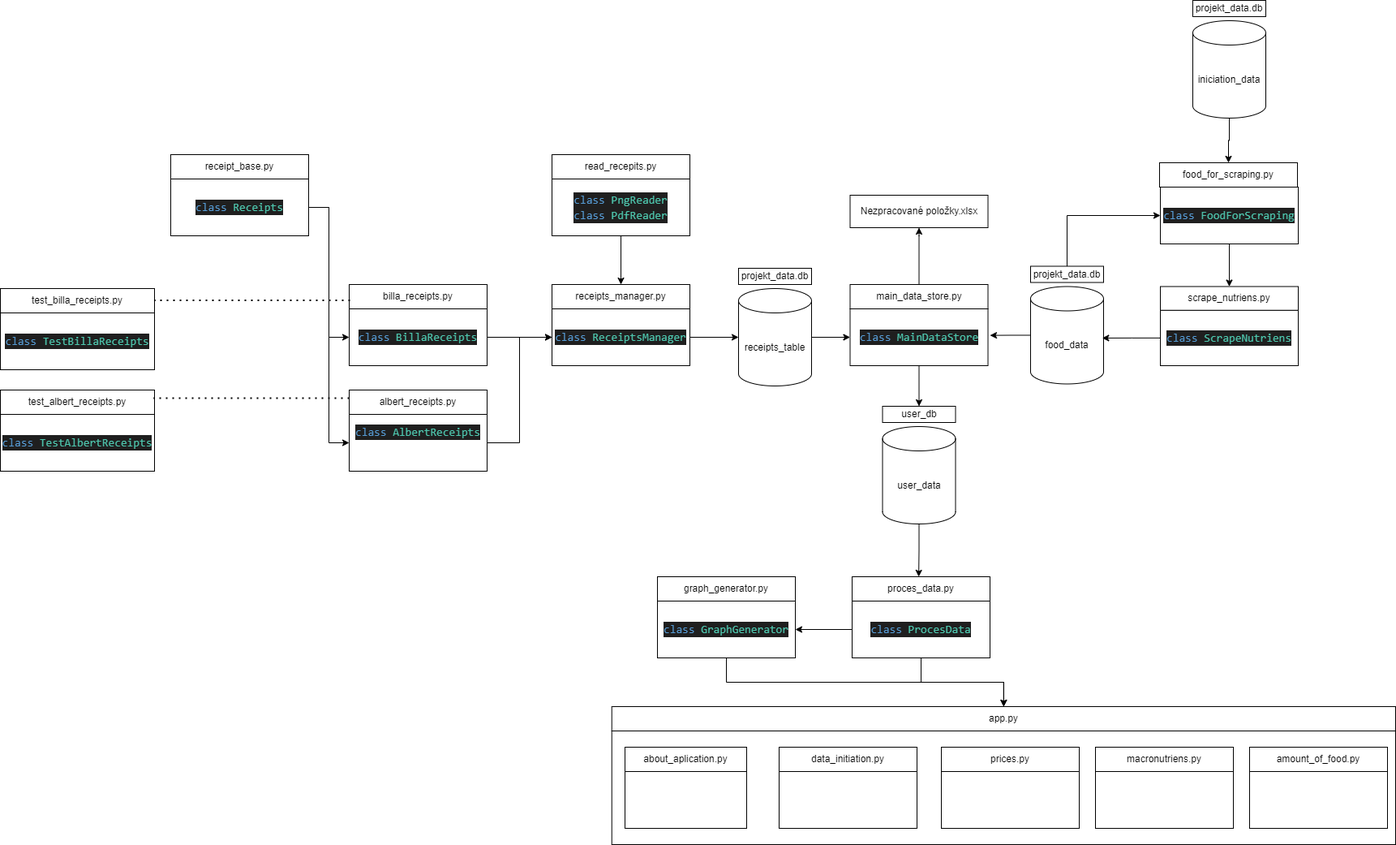
The draw.io diagram architecture/architecture.png in DavidProthon/ReceiptNutriTracker, before a commit. Source tidied: cells renumbered, new cells last; positions are measured from the earlier drawing's top-left corner, leaving out a move shared by most shapes.
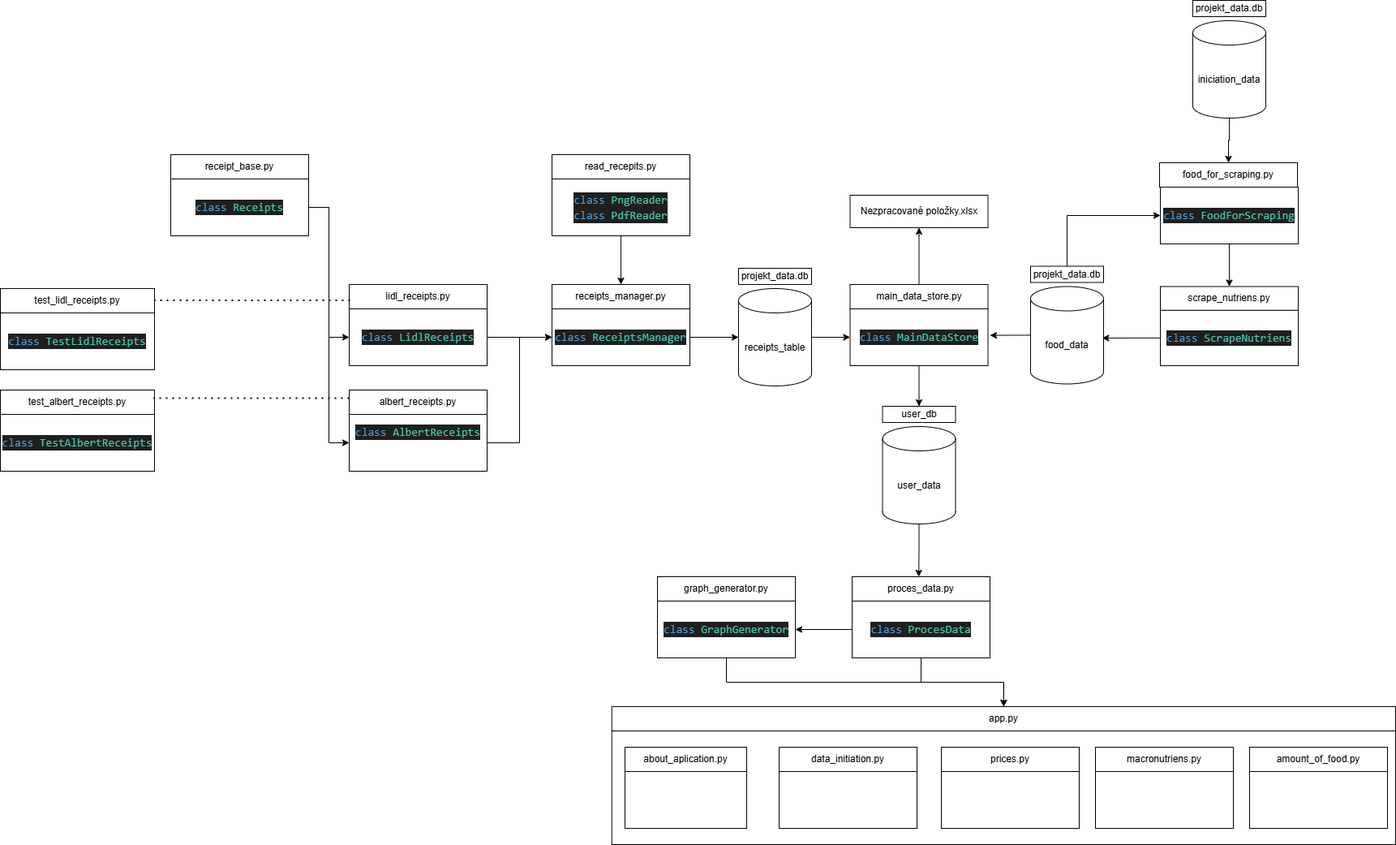
After the commit.

Change to the diagram source:
```diff
@@ -23,10 +23,10 @@
     <mxCell id="8" style="group;" parent="1" vertex="1">
       <mxGeometry x="430" y="350" width="170" height="100" as="geometry" />
     </mxCell>
-    <mxCell id="9" value="&lt;pre&gt;&lt;div style=&quot;color: rgb(204, 204, 204); background-color: rgb(31, 31, 31); font-family: Consolas, &amp;quot;Courier New&amp;quot;, monospace; font-size: 14px; line-height: 19px;&quot;&gt;&lt;span style=&quot;color: #569cd6;&quot;&gt;class&lt;/span&gt; &lt;span style=&quot;color: #4ec9b0;&quot;&gt;BillaReceipts&lt;/span&gt;&lt;/div&gt;&lt;/pre&gt;" style="rounded=0;whiteSpace=wrap;html=1;align=center;" parent="8" vertex="1">
+    <mxCell id="9" value="&lt;pre&gt;&lt;div style=&quot;color: rgb(204, 204, 204); background-color: rgb(31, 31, 31); font-family: Consolas, &amp;quot;Courier New&amp;quot;, monospace; font-size: 14px; line-height: 19px;&quot;&gt;&lt;span style=&quot;color: #569cd6;&quot;&gt;class&lt;/span&gt; &lt;span style=&quot;color: #4ec9b0;&quot;&gt;LidlReceipts&lt;/span&gt;&lt;/div&gt;&lt;/pre&gt;" style="rounded=0;whiteSpace=wrap;html=1;align=center;" parent="8" vertex="1">
       <mxGeometry y="30" width="170" height="70" as="geometry" />
     </mxCell>
-    <mxCell id="10" value="billa_receipts.py" style="rounded=0;whiteSpace=wrap;html=1;" parent="8" vertex="1">
+    <mxCell id="10" value="lidl_receipts.py" style="rounded=0;whiteSpace=wrap;html=1;" parent="8" vertex="1">
       <mxGeometry width="170" height="30" as="geometry" />
     </mxCell>
     <mxCell id="11" style="group;" parent="1" vertex="1">
@@ -41,10 +41,10 @@
     <mxCell id="14" style="group;" parent="1" vertex="1">
       <mxGeometry x="20" y="355" width="170" height="100" as="geometry" />
     </mxCell>
-    <mxCell id="15" value="&lt;pre&gt;&lt;div style=&quot;color: rgb(204, 204, 204); background-color: rgb(31, 31, 31); font-family: Consolas, &amp;quot;Courier New&amp;quot;, monospace; font-size: 14px; line-height: 19px;&quot;&gt;&lt;div style=&quot;line-height: 19px;&quot;&gt;&lt;span style=&quot;color: #569cd6;&quot;&gt;class&lt;/span&gt; &lt;span style=&quot;color: #4ec9b0;&quot;&gt;TestBillaReceipts&lt;/span&gt;&lt;/div&gt;&lt;/div&gt;&lt;/pre&gt;" style="rounded=0;whiteSpace=wrap;html=1;align=center;" parent="14" vertex="1">
+    <mxCell id="15" value="&lt;pre&gt;&lt;div style=&quot;color: rgb(204, 204, 204); background-color: rgb(31, 31, 31); font-family: Consolas, &amp;quot;Courier New&amp;quot;, monospace; font-size: 14px; line-height: 19px;&quot;&gt;&lt;div style=&quot;line-height: 19px;&quot;&gt;&lt;span style=&quot;color: #569cd6;&quot;&gt;class&lt;/span&gt; &lt;span style=&quot;color: #4ec9b0;&quot;&gt;TestLidlReceipts&lt;/span&gt;&lt;/div&gt;&lt;/div&gt;&lt;/pre&gt;" style="rounded=0;whiteSpace=wrap;html=1;align=center;" parent="14" vertex="1">
       <mxGeometry x="-20" y="30" width="190" height="70" as="geometry" />
     </mxCell>
-    <mxCell id="16" value="test_billa_receipts.py" style="rounded=0;whiteSpace=wrap;html=1;" parent="14" vertex="1">
+    <mxCell id="16" value="test_lidl_receipts.py" style="rounded=0;whiteSpace=wrap;html=1;" parent="14" vertex="1">
       <mxGeometry x="-20" width="190" height="30" as="geometry" />
     </mxCell>
     <mxCell id="17" style="group;" parent="1" vertex="1">
```
